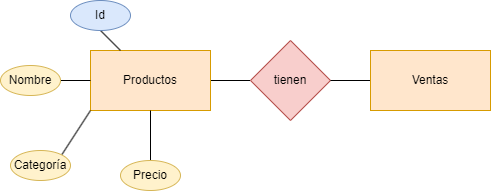
Earlier version of the draw.io export tarea 4 sqlite/tarea 4 diagrama ER.drawio.png (GermanOjeda/base-datos). Source tidied: cells renumbered, new cells last; positions are measured from the earlier drawing's top-left corner, leaving out a move shared by most shapes.
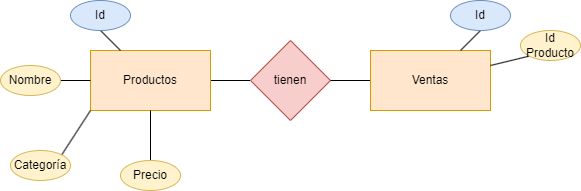
Later version of the same file.

Change to the diagram source:
```diff
@@ -41,5 +41,17 @@
     <mxCell id="14" value="Precio" style="ellipse;whiteSpace=wrap;html=1;fillColor=#fff2cc;strokeColor=#d6b656;" parent="1" vertex="1">
       <mxGeometry x="120" y="160" width="60" height="30" as="geometry" />
     </mxCell>
+    <mxCell id="15" style="rounded=0;jettySize=auto;html=1;exitX=0.5;exitY=1;exitDx=0;exitDy=0;entryX=0.75;entryY=0;entryDx=0;entryDy=0;endArrow=none;endFill=0;" parent="1" edge="1" source="16" target="6">
+      <mxGeometry relative="1" as="geometry" />
+    </mxCell>
+    <mxCell id="16" value="Id" style="ellipse;whiteSpace=wrap;html=1;fillColor=#dae8fc;strokeColor=#6c8ebf;" parent="1" vertex="1">
+      <mxGeometry x="450" width="60" height="30" as="geometry" />
+    </mxCell>
+    <mxCell id="17" style="rounded=0;jettySize=auto;html=1;exitX=0;exitY=1;exitDx=0;exitDy=0;entryX=1;entryY=0.25;entryDx=0;entryDy=0;endArrow=none;endFill=0;" parent="1" edge="1" source="18" target="6">
+      <mxGeometry relative="1" as="geometry" />
+    </mxCell>
+    <mxCell id="18" value="Id Producto" style="ellipse;whiteSpace=wrap;html=1;fillColor=#fff2cc;strokeColor=#d6b656;" parent="1" vertex="1">
+      <mxGeometry x="520" y="30" width="60" height="30" as="geometry" />
+    </mxCell>
   </root>
 </mxGraphModel>
```
